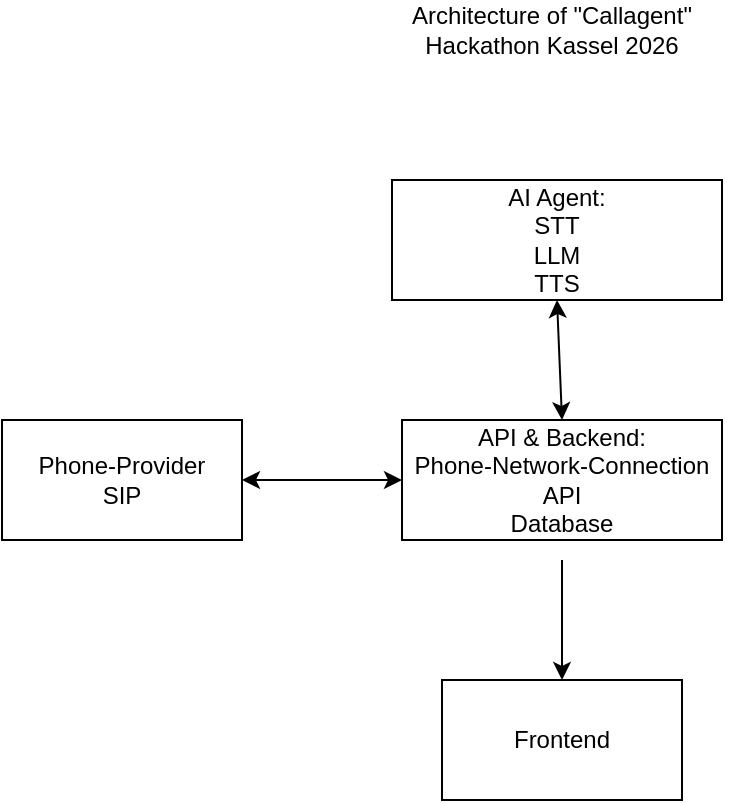
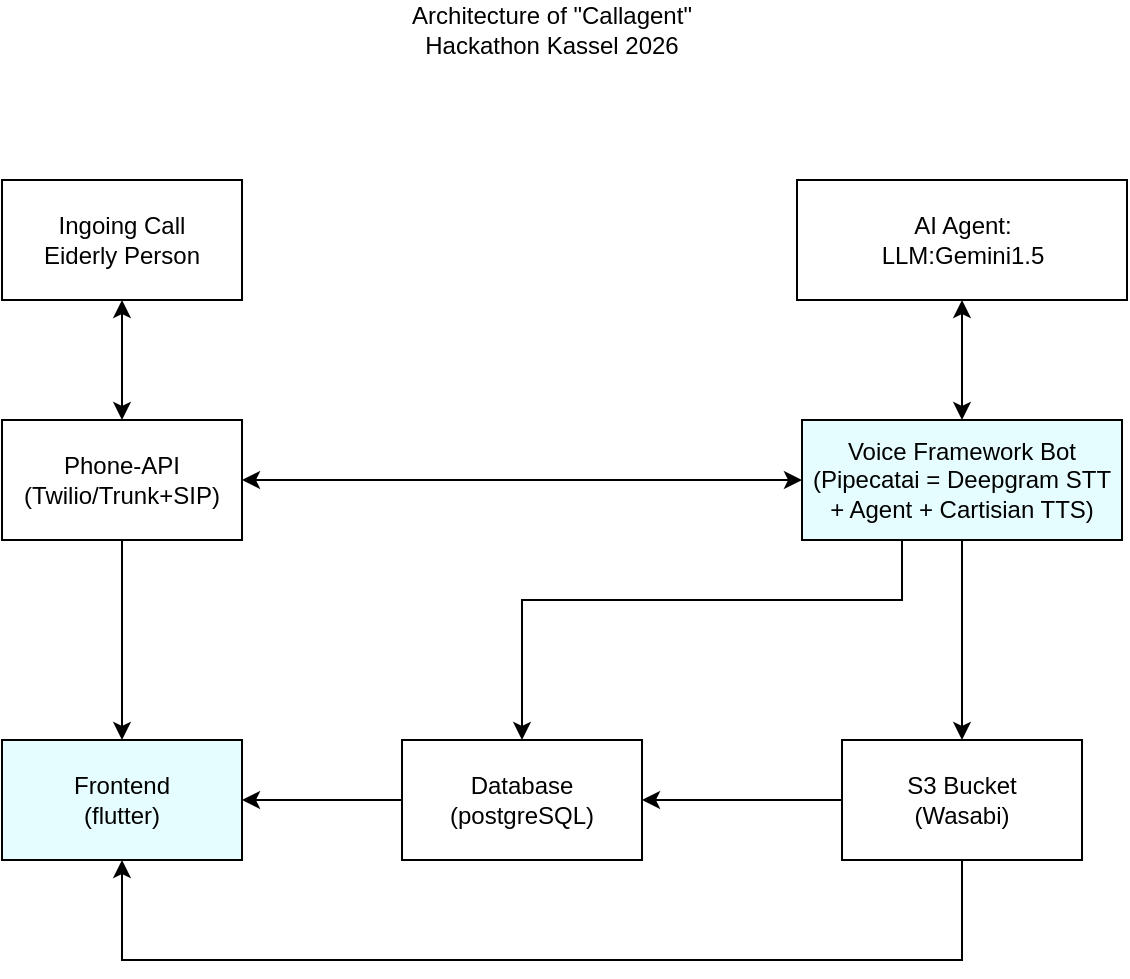
<mxfile host="Electron">
  <diagram name="Seite-1" id="XX6Q6dZTmEQrePQea-Tj">
-     <mxGraphModel dx="1427" dy="421" grid="1" gridSize="10" guides="1" tooltips="1" connect="1" arrows="1" fold="1" page="1" pageScale="1" pageWidth="827" pageHeight="1169" math="0" shadow="0">
+     <mxGraphModel dx="1175" dy="612" grid="1" gridSize="10" guides="1" tooltips="1" connect="1" arrows="1" fold="1" page="1" pageScale="1" pageWidth="827" pageHeight="1169" math="0" shadow="0">
      <root>
        <mxCell id="0" />
        <mxCell id="1" parent="0" />
        <mxCell id="K6O2SeuCattD1B0AuxEg-1" parent="1" style="text;html=1;whiteSpace=wrap;strokeColor=none;fillColor=none;align=center;verticalAlign=middle;rounded=0;" value="Architecture of &quot;Callagent&quot;&lt;div&gt;Hackathon Kassel 2026&lt;/div&gt;" vertex="1">
          <mxGeometry height="30" width="190" x="290" y="50" as="geometry" />
        </mxCell>
-         <mxCell id="K6O2SeuCattD1B0AuxEg-2" parent="1" style="rounded=0;whiteSpace=wrap;html=1;" value="Frontend" vertex="1">
-           <mxGeometry height="60" width="120" x="330" y="390" as="geometry" />
+         <mxCell id="K6O2SeuCattD1B0AuxEg-2" parent="1" style="rounded=0;whiteSpace=wrap;html=1;fillColor=#E5FDFF;" value="Frontend&lt;div&gt;(flutter)&lt;/div&gt;" vertex="1">
+           <mxGeometry height="60" width="120" x="110" y="420" as="geometry" />
        </mxCell>
-         <mxCell id="K6O2SeuCattD1B0AuxEg-3" parent="1" style="rounded=0;whiteSpace=wrap;html=1;" value="AI Agent:&lt;div&gt;STT&lt;br&gt;LLM&lt;/div&gt;&lt;div&gt;TTS&lt;/div&gt;" vertex="1">
-           <mxGeometry height="60" width="165" x="305" y="140" as="geometry" />
+         <mxCell id="K6O2SeuCattD1B0AuxEg-3" parent="1" style="rounded=0;whiteSpace=wrap;html=1;" value="AI Agent:&lt;div&gt;LLM:Gemini1.5&lt;/div&gt;" vertex="1">
+           <mxGeometry height="60" width="165" x="507.5" y="140" as="geometry" />
        </mxCell>
-         <mxCell id="K6O2SeuCattD1B0AuxEg-4" parent="1" style="rounded=0;whiteSpace=wrap;html=1;" value="Phone-Provider&lt;div&gt;SIP&lt;/div&gt;" vertex="1">
+         <mxCell id="K6O2SeuCattD1B0AuxEg-4" parent="1" style="rounded=0;whiteSpace=wrap;html=1;" value="Phone-API&lt;br&gt;&lt;div&gt;(Twilio/Trunk+SIP)&lt;/div&gt;" vertex="1">
          <mxGeometry height="60" width="120" x="110" y="260" as="geometry" />
        </mxCell>
-         <mxCell id="K6O2SeuCattD1B0AuxEg-5" parent="1" style="rounded=0;whiteSpace=wrap;html=1;" value="API &amp;amp; Backend:&lt;br&gt;Phone-Network-Connection&lt;br&gt;API&lt;br&gt;Database" vertex="1">
-           <mxGeometry height="60" width="160" x="310" y="260" as="geometry" />
-         </mxCell>
-         <mxCell id="K6O2SeuCattD1B0AuxEg-6" edge="1" parent="1" style="endArrow=classic;html=1;rounded=0;entryX=0.5;entryY=0;entryDx=0;entryDy=0;" target="K6O2SeuCattD1B0AuxEg-2" value="">
-           <mxGeometry height="50" relative="1" width="50" as="geometry">
-             <mxPoint x="390" y="330" as="sourcePoint" />
-             <mxPoint x="440" y="260" as="targetPoint" />
+         <mxCell id="E2I1ntGvi4_iugwuPcRU-19" edge="1" parent="1" source="K6O2SeuCattD1B0AuxEg-5" style="edgeStyle=orthogonalEdgeStyle;rounded=0;orthogonalLoop=1;jettySize=auto;html=1;entryX=0.5;entryY=0;entryDx=0;entryDy=0;" target="E2I1ntGvi4_iugwuPcRU-1">
+           <mxGeometry relative="1" as="geometry">
+             <Array as="points">
+               <mxPoint x="560" y="350" />
+               <mxPoint x="370" y="350" />
+             </Array>
          </mxGeometry>
        </mxCell>
-         <mxCell id="K6O2SeuCattD1B0AuxEg-7" edge="1" parent="1" source="K6O2SeuCattD1B0AuxEg-4" style="endArrow=classic;startArrow=classic;html=1;rounded=0;exitX=1;exitY=0.5;exitDx=0;exitDy=0;entryX=0;entryY=0.5;entryDx=0;entryDy=0;" target="K6O2SeuCattD1B0AuxEg-5" value="">
+         <mxCell id="K6O2SeuCattD1B0AuxEg-5" parent="1" style="rounded=0;whiteSpace=wrap;html=1;fillColor=#E5FDFF;" value="Voice Framework Bot&lt;div&gt;(Pipecatai = Deepgram STT + Agent + Cartisian TTS)&lt;/div&gt;" vertex="1">
+           <mxGeometry height="60" width="160" x="510" y="260" as="geometry" />
+         </mxCell>
+         <mxCell id="E2I1ntGvi4_iugwuPcRU-1" parent="1" style="rounded=0;whiteSpace=wrap;html=1;" value="Database&lt;div&gt;(postgreSQL)&lt;/div&gt;" vertex="1">
+           <mxGeometry height="60" width="120" x="310" y="420" as="geometry" />
+         </mxCell>
+         <mxCell id="E2I1ntGvi4_iugwuPcRU-2" parent="1" style="rounded=0;whiteSpace=wrap;html=1;" value="&lt;div&gt;Ingoing Call&lt;/div&gt;&lt;div&gt;Eiderly Person&lt;/div&gt;" vertex="1">
+           <mxGeometry height="60" width="120" x="110" y="140" as="geometry" />
+         </mxCell>
+         <mxCell id="E2I1ntGvi4_iugwuPcRU-7" edge="1" parent="1" source="K6O2SeuCattD1B0AuxEg-2" style="endArrow=none;startArrow=classic;html=1;rounded=0;exitX=0.5;exitY=0;exitDx=0;exitDy=0;entryX=0.5;entryY=1;entryDx=0;entryDy=0;" target="K6O2SeuCattD1B0AuxEg-4" value="">
          <mxGeometry height="50" relative="1" width="50" as="geometry">
            <mxPoint x="390" y="310" as="sourcePoint" />
            <mxPoint x="440" y="260" as="targetPoint" />
          </mxGeometry>
        </mxCell>
-         <mxCell id="K6O2SeuCattD1B0AuxEg-8" edge="1" parent="1" source="K6O2SeuCattD1B0AuxEg-5" style="endArrow=classic;startArrow=classic;html=1;rounded=0;entryX=0.5;entryY=1;entryDx=0;entryDy=0;exitX=0.5;exitY=0;exitDx=0;exitDy=0;" target="K6O2SeuCattD1B0AuxEg-3" value="">
+         <mxCell id="E2I1ntGvi4_iugwuPcRU-8" edge="1" parent="1" source="K6O2SeuCattD1B0AuxEg-2" style="endArrow=none;startArrow=classic;html=1;rounded=0;exitX=1;exitY=0.5;exitDx=0;exitDy=0;entryX=0;entryY=0.5;entryDx=0;entryDy=0;" target="E2I1ntGvi4_iugwuPcRU-1" value="">
+           <mxGeometry height="50" relative="1" width="50" as="geometry">
+             <mxPoint x="390" y="240" as="sourcePoint" />
+             <mxPoint x="440" y="190" as="targetPoint" />
+           </mxGeometry>
+         </mxCell>
+         <mxCell id="E2I1ntGvi4_iugwuPcRU-17" edge="1" parent="1" source="E2I1ntGvi4_iugwuPcRU-9" style="edgeStyle=orthogonalEdgeStyle;rounded=0;orthogonalLoop=1;jettySize=auto;html=1;entryX=0.5;entryY=1;entryDx=0;entryDy=0;" target="K6O2SeuCattD1B0AuxEg-2">
+           <mxGeometry relative="1" as="geometry">
+             <Array as="points">
+               <mxPoint x="590" y="530" />
+               <mxPoint x="170" y="530" />
+             </Array>
+           </mxGeometry>
+         </mxCell>
+         <mxCell id="E2I1ntGvi4_iugwuPcRU-9" parent="1" style="rounded=0;whiteSpace=wrap;html=1;" value="S3 Bucket&lt;div&gt;(Wasabi)&lt;/div&gt;" vertex="1">
+           <mxGeometry height="60" width="120" x="530" y="420" as="geometry" />
+         </mxCell>
+         <mxCell id="E2I1ntGvi4_iugwuPcRU-10" edge="1" parent="1" source="K6O2SeuCattD1B0AuxEg-4" style="endArrow=classic;startArrow=classic;html=1;rounded=0;exitX=1;exitY=0.5;exitDx=0;exitDy=0;entryX=0;entryY=0.5;entryDx=0;entryDy=0;" target="K6O2SeuCattD1B0AuxEg-5" value="">
+           <mxGeometry height="50" relative="1" width="50" as="geometry">
+             <mxPoint x="390" y="310" as="sourcePoint" />
+             <mxPoint x="310" y="290" as="targetPoint" />
+           </mxGeometry>
+         </mxCell>
+         <mxCell id="E2I1ntGvi4_iugwuPcRU-12" edge="1" parent="1" source="K6O2SeuCattD1B0AuxEg-5" style="endArrow=classic;startArrow=classic;html=1;rounded=0;entryX=0.5;entryY=1;entryDx=0;entryDy=0;exitX=0.5;exitY=0;exitDx=0;exitDy=0;" target="K6O2SeuCattD1B0AuxEg-3" value="">
+           <mxGeometry height="50" relative="1" width="50" as="geometry">
+             <mxPoint x="390" y="310" as="sourcePoint" />
+             <mxPoint x="440" y="260" as="targetPoint" />
+           </mxGeometry>
+         </mxCell>
+         <mxCell id="E2I1ntGvi4_iugwuPcRU-13" edge="1" parent="1" source="E2I1ntGvi4_iugwuPcRU-9" style="endArrow=none;startArrow=classic;html=1;rounded=0;exitX=0.5;exitY=0;exitDx=0;exitDy=0;entryX=0.5;entryY=1;entryDx=0;entryDy=0;" target="K6O2SeuCattD1B0AuxEg-5" value="">
+           <mxGeometry height="50" relative="1" width="50" as="geometry">
+             <mxPoint x="390" y="310" as="sourcePoint" />
+             <mxPoint x="440" y="260" as="targetPoint" />
+           </mxGeometry>
+         </mxCell>
+         <mxCell id="E2I1ntGvi4_iugwuPcRU-14" edge="1" parent="1" source="E2I1ntGvi4_iugwuPcRU-1" style="endArrow=none;startArrow=classic;html=1;rounded=0;exitX=1;exitY=0.5;exitDx=0;exitDy=0;entryX=0;entryY=0.5;entryDx=0;entryDy=0;" target="E2I1ntGvi4_iugwuPcRU-9" value="">
+           <mxGeometry height="50" relative="1" width="50" as="geometry">
+             <mxPoint x="390" y="240" as="sourcePoint" />
+             <mxPoint x="440" y="190" as="targetPoint" />
+           </mxGeometry>
+         </mxCell>
+         <mxCell id="E2I1ntGvi4_iugwuPcRU-15" edge="1" parent="1" source="K6O2SeuCattD1B0AuxEg-4" style="endArrow=classic;startArrow=classic;html=1;rounded=0;entryX=0.5;entryY=1;entryDx=0;entryDy=0;exitX=0.5;exitY=0;exitDx=0;exitDy=0;" target="E2I1ntGvi4_iugwuPcRU-2" value="">
          <mxGeometry height="50" relative="1" width="50" as="geometry">
            <mxPoint x="390" y="310" as="sourcePoint" />
            <mxPoint x="440" y="260" as="targetPoint" />
          </mxGeometry>
        </mxCell>
      </root>
    </mxGraphModel>
  </diagram>
</mxfile>
